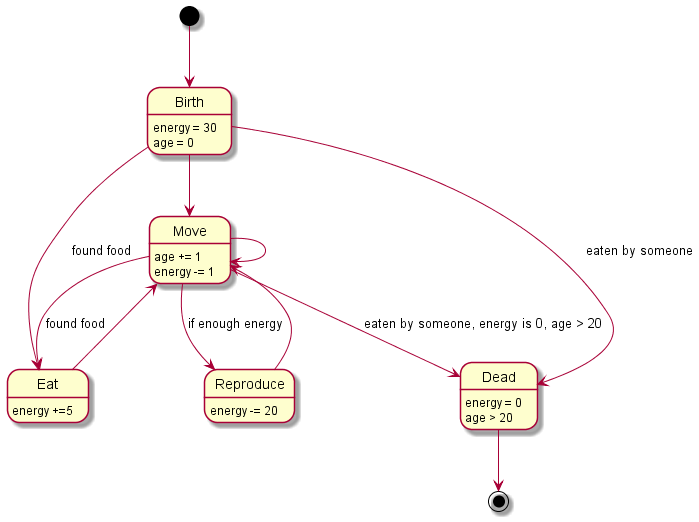
This is PPVIS_lab1/diagrams/animal_states.png from CAT-i0n/PPVIS_lab2, a PlantUML export, as it was before one commit.
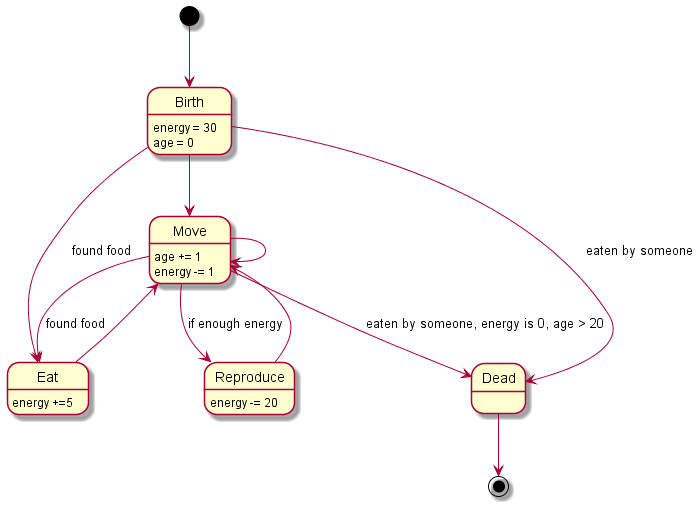
Later version of the same file.

Commit message:
Fix state diagram

Diff of the diagram source:
```diff
@@ -23,9 +23,6 @@
 
 Eat : energy +=5
 
-Dead : energy = 0
-Dead : age > 20
-
 Reproduce: energy -= 20
 
 
```
